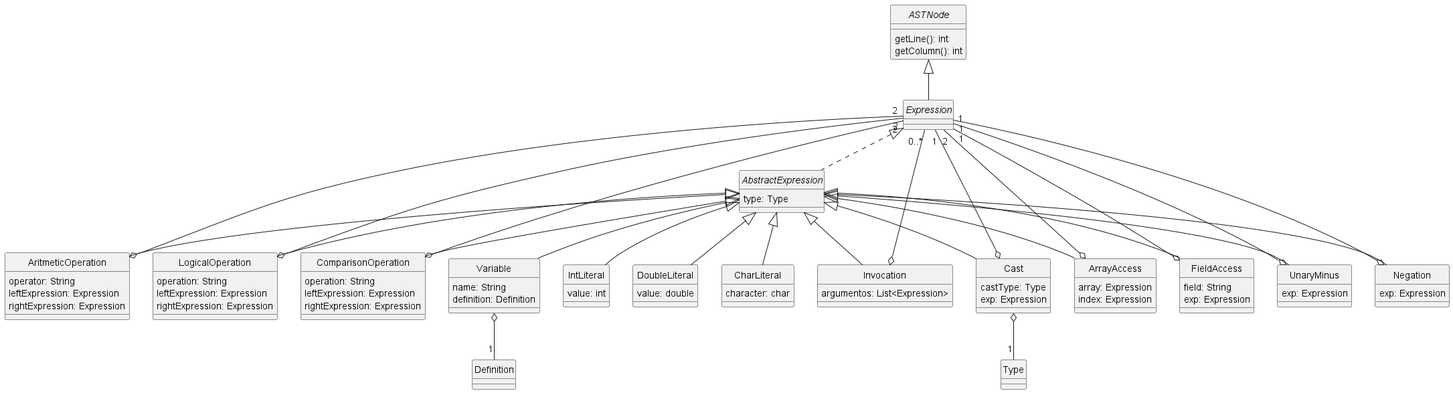
Before: docs/diagrams/Expressions.png, a diagram exported from PlantUML (JonathanAriass/dlp-examen).
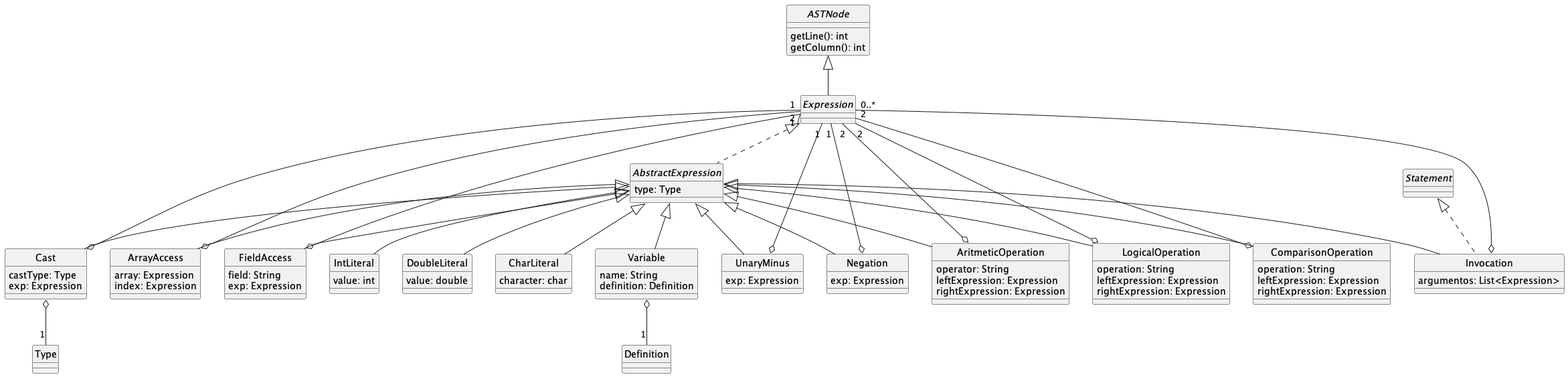
The same diagram one commit later.

Change to the diagram source:
```diff
@@ -50,7 +50,7 @@
     rightExpression: Expression
 }
 
-class Invocation extends AbstractExpression {
+class Invocation extends AbstractExpression implements Statement {
     argumentos: List<Expression>
 }
 
@@ -58,7 +58,6 @@
     castType: Type
     exp: Expression
 }
-
 
 class ArrayAccess extends AbstractExpression {
     array: Expression
```
